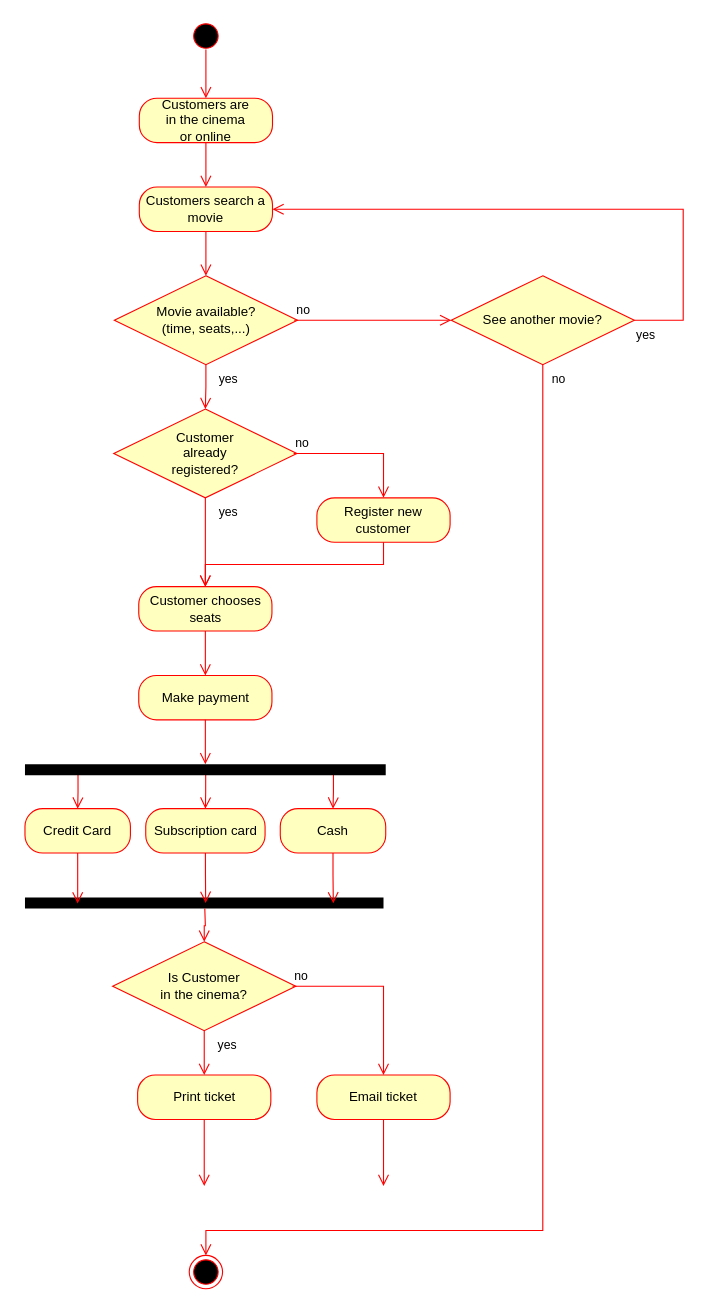
Before: Activity Movie Ticket Booking System.drawio in Melydgt/Draw-io-UML-England, a draw.io diagram. Source tidied: cells renumbered, new cells numbered last; positions are measured from the earlier drawing's top-left corner, leaving out a move shared by most shapes. Both pictures are drawn from the tidied source at 111%, with x=0, y=0 at pixel (24, 19).
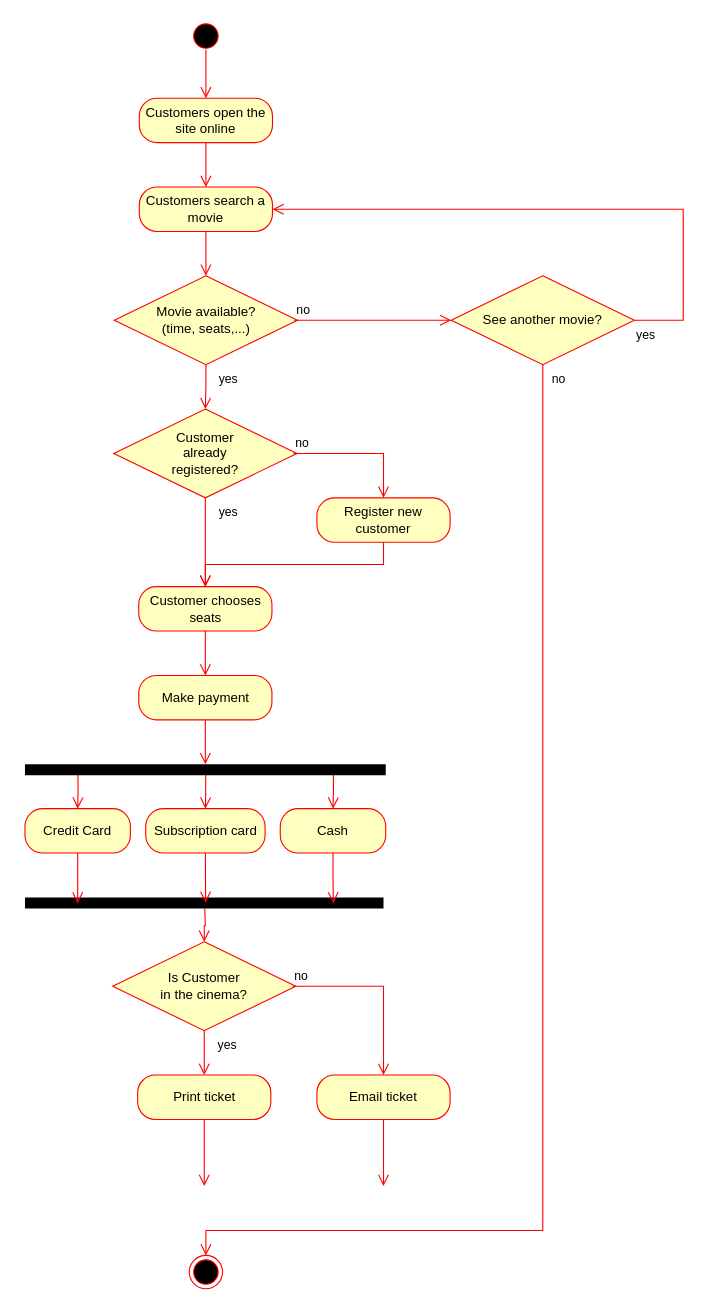
The same diagram, later.

Commit message (it also covers changes not shown here):
Mettre à jour Activity Movie Ticket Booking System.drawio

Diff of the diagram source:
```diff
@@
-    <mxCell id="6" value="Customers are&lt;br&gt;in the cinema&lt;br&gt;or online" style="rounded=1;whiteSpace=wrap;html=1;arcSize=40;fontColor=#000000;fillColor=#ffffc0;strokeColor=#ff0000;" parent="1" vertex="1">
+    <mxCell id="6" value="Customers open the site&amp;nbsp;online" style="rounded=1;whiteSpace=wrap;html=1;arcSize=40;fontColor=#000000;fillColor=#ffffc0;strokeColor=#ff0000;" parent="1" vertex="1">
       <mxGeometry x="103" y="71" width="120" height="40" as="geometry" />
     </mxCell>
```
